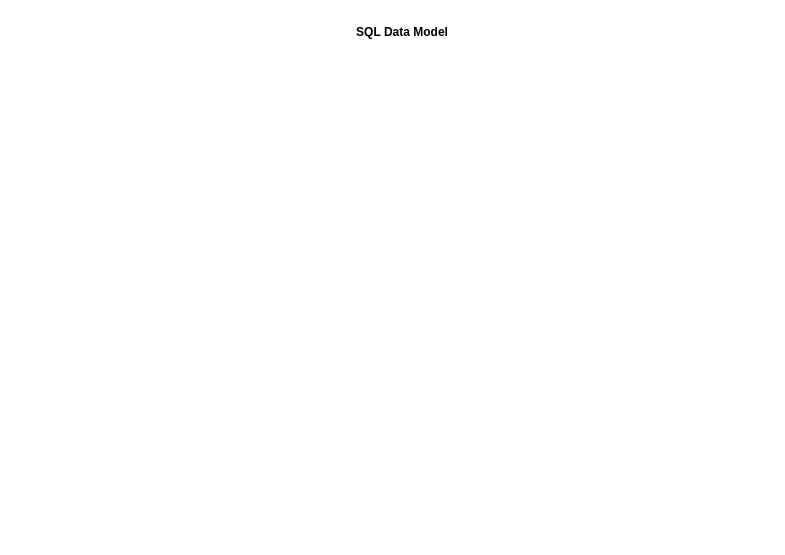
The draw.io diagram page "sql_data_model" (1 of 3) of 2_database_design_impl/assets/exercise_db_design_impl.drawio in alejandro56664-2/final-project-intro-ds-2022-1, before the edit. Source tidied: cells renumbered, new cells numbered last; positions are measured from the earlier drawing's top-left corner, leaving out a move shared by most shapes. Both pictures are drawn from the tidied source at 100%, with x=0, y=0 at pixel (287, 17).
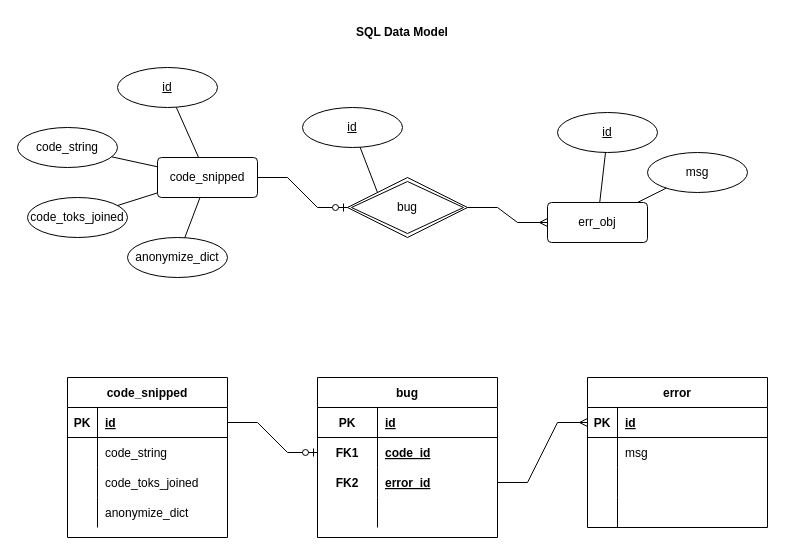
Above is the later version.

The edit, as a diff of the source:
```diff
@@
+    <mxCell id="3" value="code_snipped" style="shape=table;startSize=30;childLayout=tableLayout;rowLines=0;fontStyle=1;align=center;" parent="1" vertex="1">
+      <mxGeometry x="-220" y="360" width="160" height="160" as="geometry" />
+    </mxCell>
+    <mxCell id="4" style="shape=tableRow;horizontal=0;startSize=0;swimlaneHead=0;swimlaneBody=0;fillColor=none;points=[[0,0.5],[1,0.5]];portConstraint=eastwest;top=0;left=0;right=0;bottom=1;" parent="3" vertex="1">
+      <mxGeometry y="30" width="160" height="30" as="geometry" />
+    </mxCell>
+    <mxCell id="5" value="PK" style="shape=partialRectangle;fillColor=none;top=0;left=0;bottom=0;right=0;fontStyle=1;overflow=hidden;" parent="4" vertex="1">
+      <mxGeometry width="30" height="30" as="geometry" />
+    </mxCell>
+    <mxCell id="6" value="id" style="shape=partialRectangle;fillColor=none;top=0;left=0;bottom=0;right=0;align=left;spacingLeft=6;fontStyle=5;overflow=hidden;" parent="4" vertex="1">
+      <mxGeometry x="30" width="130" height="30" as="geometry" />
+    </mxCell>
+    <mxCell id="7" style="shape=tableRow;horizontal=0;startSize=0;swimlaneHead=0;swimlaneBody=0;fillColor=none;top=0;left=0;right=0;bottom=0;" parent="3" vertex="1">
+      <mxGeometry y="60" width="160" height="30" as="geometry" />
+    </mxCell>
+    <mxCell id="8" style="shape=partialRectangle;fillColor=none;top=0;left=0;bottom=0;right=0;overflow=hidden;" parent="7" vertex="1">
+      <mxGeometry width="30" height="30" as="geometry" />
+    </mxCell>
+    <mxCell id="9" value="code_string" style="shape=partialRectangle;fillColor=none;top=0;left=0;bottom=0;right=0;align=left;spacingLeft=6;overflow=hidden;" parent="7" vertex="1">
+      <mxGeometry x="30" width="130" height="30" as="geometry" />
+    </mxCell>
+    <mxCell id="10" style="shape=tableRow;horizontal=0;startSize=0;swimlaneHead=0;swimlaneBody=0;fillColor=none;top=0;left=0;right=0;bottom=0;" parent="3" vertex="1">
+      <mxGeometry y="90" width="160" height="30" as="geometry" />
+    </mxCell>
+    <mxCell id="11" style="shape=partialRectangle;fillColor=none;top=0;left=0;bottom=0;right=0;overflow=hidden;" parent="10" vertex="1">
+      <mxGeometry width="30" height="30" as="geometry" />
+    </mxCell>
+    <mxCell id="12" value="code_toks_joined" style="shape=partialRectangle;fillColor=none;top=0;left=0;bottom=0;right=0;align=left;spacingLeft=6;overflow=hidden;" parent="10" vertex="1">
+      <mxGeometry x="30" width="130" height="30" as="geometry" />
+    </mxCell>
+    <mxCell id="13" style="shape=tableRow;horizontal=0;startSize=0;swimlaneHead=0;swimlaneBody=0;fillColor=none;top=0;left=0;right=0;bottom=0;" parent="3" vertex="1">
+      <mxGeometry y="120" width="160" height="30" as="geometry" />
+    </mxCell>
+    <mxCell id="14" style="shape=partialRectangle;fillColor=none;top=0;left=0;bottom=0;right=0;overflow=hidden;" parent="13" vertex="1">
+      <mxGeometry width="30" height="30" as="geometry" />
+    </mxCell>
+    <mxCell id="15" value="anonymize_dict" style="shape=partialRectangle;fillColor=none;top=0;left=0;bottom=0;right=0;align=left;spacingLeft=6;overflow=hidden;" parent="13" vertex="1">
+      <mxGeometry x="30" width="130" height="30" as="geometry" />
+    </mxCell>
+    <mxCell id="16" value="error" style="shape=table;startSize=30;childLayout=tableLayout;rowLines=0;fontStyle=1;align=center;" parent="1" vertex="1">
+      <mxGeometry x="300" y="360" width="180" height="150" as="geometry" />
+    </mxCell>
+    <mxCell id="17" style="shape=tableRow;horizontal=0;startSize=0;swimlaneHead=0;swimlaneBody=0;fillColor=none;points=[[0,0.5],[1,0.5]];portConstraint=eastwest;top=0;left=0;right=0;bottom=1;" parent="16" vertex="1">
+      <mxGeometry y="30" width="180" height="30" as="geometry" />
+    </mxCell>
+    <mxCell id="18" value="PK" style="shape=partialRectangle;fillColor=none;top=0;left=0;bottom=0;right=0;fontStyle=1;overflow=hidden;" parent="17" vertex="1">
+      <mxGeometry width="30" height="30" as="geometry" />
+    </mxCell>
+    <mxCell id="19" value="id" style="shape=partialRectangle;fillColor=none;top=0;left=0;bottom=0;right=0;align=left;spacingLeft=6;fontStyle=5;overflow=hidden;" parent="17" vertex="1">
+      <mxGeometry x="30" width="150" height="30" as="geometry" />
+    </mxCell>
+    <mxCell id="20" style="shape=tableRow;horizontal=0;startSize=0;swimlaneHead=0;swimlaneBody=0;fillColor=none;top=0;left=0;right=0;bottom=0;" parent="16" vertex="1">
+      <mxGeometry y="60" width="180" height="30" as="geometry" />
+    </mxCell>
+    <mxCell id="21" style="shape=partialRectangle;fillColor=none;top=0;left=0;bottom=0;right=0;overflow=hidden;" parent="20" vertex="1">
+      <mxGeometry width="30" height="30" as="geometry" />
+    </mxCell>
+    <mxCell id="22" value="msg" style="shape=partialRectangle;fillColor=none;top=0;left=0;bottom=0;right=0;align=left;spacingLeft=6;overflow=hidden;" parent="20" vertex="1">
+      <mxGeometry x="30" width="150" height="30" as="geometry" />
+    </mxCell>
+    <mxCell id="23" style="shape=tableRow;horizontal=0;startSize=0;swimlaneHead=0;swimlaneBody=0;fillColor=none;top=0;left=0;right=0;bottom=0;" parent="16" vertex="1">
+      <mxGeometry y="90" width="180" height="30" as="geometry" />
+    </mxCell>
+    <mxCell id="24" style="shape=partialRectangle;fillColor=none;top=0;left=0;bottom=0;right=0;overflow=hidden;" parent="23" vertex="1">
+      <mxGeometry width="30" height="30" as="geometry" />
+    </mxCell>
+    <mxCell id="25" style="shape=partialRectangle;fillColor=none;top=0;left=0;bottom=0;right=0;align=left;spacingLeft=6;overflow=hidden;" parent="23" vertex="1">
+      <mxGeometry x="30" width="150" height="30" as="geometry" />
+    </mxCell>
+    <mxCell id="26" style="shape=tableRow;horizontal=0;startSize=0;swimlaneHead=0;swimlaneBody=0;fillColor=none;top=0;left=0;right=0;bottom=0;" parent="16" vertex="1">
+      <mxGeometry y="120" width="180" height="30" as="geometry" />
+    </mxCell>
+    <mxCell id="27" style="shape=partialRectangle;fillColor=none;top=0;left=0;bottom=0;right=0;overflow=hidden;" parent="26" vertex="1">
+      <mxGeometry width="30" height="30" as="geometry" />
+    </mxCell>
+    <mxCell id="28" style="shape=partialRectangle;fillColor=none;top=0;left=0;bottom=0;right=0;align=left;spacingLeft=6;overflow=hidden;" parent="26" vertex="1">
+      <mxGeometry x="30" width="150" height="30" as="geometry" />
+    </mxCell>
+    <mxCell id="29" value="code_snipped" style="rounded=1;arcSize=10;whiteSpace=wrap;html=1;align=center;" parent="1" vertex="1">
+      <mxGeometry x="-130" y="140" width="100" height="40" as="geometry" />
+    </mxCell>
+    <mxCell id="30" value="bug" style="shape=rhombus;double=1;perimeter=rhombusPerimeter;whiteSpace=wrap;html=1;align=center;" parent="1" vertex="1">
+      <mxGeometry x="60" y="160" width="120" height="60" as="geometry" />
+    </mxCell>
+    <mxCell id="31" value="err_obj" style="rounded=1;arcSize=10;whiteSpace=wrap;html=1;align=center;" parent="1" vertex="1">
+      <mxGeometry x="260" y="185" width="100" height="40" as="geometry" />
+    </mxCell>
+    <mxCell id="32" value="id" style="ellipse;whiteSpace=wrap;html=1;align=center;fontStyle=4;" parent="1" vertex="1">
+      <mxGeometry x="-170" y="50" width="100" height="40" as="geometry" />
+    </mxCell>
+    <mxCell id="33" style="endArrow=none;html=1;rounded=0;" parent="1" edge="1" source="32" target="29">
+      <mxGeometry relative="1" as="geometry" />
+    </mxCell>
+    <mxCell id="34" value="code_string" style="ellipse;whiteSpace=wrap;html=1;align=center;" parent="1" vertex="1">
+      <mxGeometry x="-270" y="110" width="100" height="40" as="geometry" />
+    </mxCell>
+    <mxCell id="35" value="code_toks_joined" style="ellipse;whiteSpace=wrap;html=1;align=center;" parent="1" vertex="1">
+      <mxGeometry x="-260" y="180" width="100" height="40" as="geometry" />
+    </mxCell>
+    <mxCell id="36" value="anonymize_dict" style="ellipse;whiteSpace=wrap;html=1;align=center;" parent="1" vertex="1">
+      <mxGeometry x="-160" y="220" width="100" height="40" as="geometry" />
+    </mxCell>
+    <mxCell id="37" style="endArrow=none;html=1;rounded=0;" parent="1" edge="1" source="34" target="29">
+      <mxGeometry relative="1" as="geometry" />
+    </mxCell>
+    <mxCell id="38" style="endArrow=none;html=1;rounded=0;" parent="1" edge="1" source="35" target="29">
+      <mxGeometry relative="1" as="geometry" />
+    </mxCell>
+    <mxCell id="39" style="endArrow=none;html=1;rounded=0;" parent="1" edge="1" source="36" target="29">
+      <mxGeometry relative="1" as="geometry" />
+    </mxCell>
+    <mxCell id="40" value="msg" style="ellipse;whiteSpace=wrap;html=1;align=center;" parent="1" vertex="1">
+      <mxGeometry x="360" y="135" width="100" height="40" as="geometry" />
+    </mxCell>
+    <mxCell id="41" style="endArrow=none;html=1;rounded=0;" parent="1" edge="1" source="40" target="31">
+      <mxGeometry relative="1" as="geometry" />
+    </mxCell>
+    <mxCell id="42" value="id" style="ellipse;whiteSpace=wrap;html=1;align=center;fontStyle=4;" parent="1" vertex="1">
+      <mxGeometry x="15" y="90" width="100" height="40" as="geometry" />
+    </mxCell>
+    <mxCell id="43" style="endArrow=none;html=1;rounded=0;entryX=0;entryY=0;entryDx=0;entryDy=0;" parent="1" edge="1" source="42" target="30">
+      <mxGeometry relative="1" as="geometry" />
+    </mxCell>
+    <mxCell id="44" value="id" style="ellipse;whiteSpace=wrap;html=1;align=center;fontStyle=4;" parent="1" vertex="1">
+      <mxGeometry x="270" y="95" width="100" height="40" as="geometry" />
+    </mxCell>
+    <mxCell id="45" style="endArrow=none;html=1;rounded=0;" parent="1" edge="1" source="44" target="31">
+      <mxGeometry relative="1" as="geometry" />
+    </mxCell>
+    <mxCell id="46" style="edgeStyle=entityRelationEdgeStyle;fontSize=12;html=1;endArrow=ERmany;rounded=0;exitX=1;exitY=0.5;exitDx=0;exitDy=0;entryX=0;entryY=0.5;entryDx=0;entryDy=0;" parent="1" edge="1" source="30" target="31">
+      <mxGeometry relative="1" as="geometry" />
+    </mxCell>
+    <mxCell id="47" value="bug" style="shape=table;startSize=30;childLayout=tableLayout;rowLines=0;fontStyle=1;align=center;" parent="1" vertex="1">
+      <mxGeometry x="30" y="360" width="180" height="160" as="geometry" />
+    </mxCell>
+    <mxCell id="48" style="shape=tableRow;horizontal=0;startSize=0;swimlaneHead=0;swimlaneBody=0;fillColor=none;top=0;left=0;right=0;bottom=1;" parent="47" vertex="1">
+      <mxGeometry y="30" width="180" height="30" as="geometry" />
+    </mxCell>
+    <mxCell id="49" value="PK" style="shape=partialRectangle;fillColor=none;top=0;left=0;bottom=0;right=0;fontStyle=1;overflow=hidden;" parent="48" vertex="1">
+      <mxGeometry width="60" height="30" as="geometry" />
+    </mxCell>
+    <mxCell id="50" value="id" style="shape=partialRectangle;fillColor=none;top=0;left=0;bottom=0;right=0;align=left;spacingLeft=6;fontStyle=5;overflow=hidden;" parent="48" vertex="1">
+      <mxGeometry x="60" width="120" height="30" as="geometry" />
+    </mxCell>
+    <mxCell id="51" style="shape=tableRow;horizontal=0;startSize=0;swimlaneHead=0;swimlaneBody=0;fillColor=none;points=[[0,0.5],[1,0.5]];portConstraint=eastwest;top=0;left=0;right=0;bottom=0;" parent="47" vertex="1">
+      <mxGeometry y="60" width="180" height="30" as="geometry" />
+    </mxCell>
+    <mxCell id="52" value="FK1" style="shape=partialRectangle;fillColor=none;top=0;left=0;bottom=0;right=0;fontStyle=1;overflow=hidden;" parent="51" vertex="1">
+      <mxGeometry width="60" height="30" as="geometry" />
+    </mxCell>
+    <mxCell id="53" value="code_id" style="shape=partialRectangle;fillColor=none;top=0;left=0;bottom=0;right=0;align=left;spacingLeft=6;fontStyle=5;overflow=hidden;" parent="51" vertex="1">
+      <mxGeometry x="60" width="120" height="30" as="geometry" />
+    </mxCell>
+    <mxCell id="54" style="shape=tableRow;horizontal=0;startSize=0;swimlaneHead=0;swimlaneBody=0;fillColor=none;points=[[0,0.5],[1,0.5]];portConstraint=eastwest;top=0;left=0;right=0;bottom=0;" parent="47" vertex="1">
+      <mxGeometry y="90" width="180" height="30" as="geometry" />
+    </mxCell>
+    <mxCell id="55" value="FK2" style="shape=partialRectangle;fillColor=none;top=0;left=0;bottom=0;right=0;overflow=hidden;fontStyle=1;" parent="54" vertex="1">
+      <mxGeometry width="60" height="30" as="geometry" />
+    </mxCell>
+    <mxCell id="56" value="error_id" style="shape=partialRectangle;fillColor=none;top=0;left=0;bottom=0;right=0;align=left;spacingLeft=6;overflow=hidden;fontStyle=5;" parent="54" vertex="1">
+      <mxGeometry x="60" width="120" height="30" as="geometry" />
+    </mxCell>
+    <mxCell id="57" style="shape=tableRow;horizontal=0;startSize=0;swimlaneHead=0;swimlaneBody=0;fillColor=none;top=0;left=0;right=0;bottom=0;" parent="47" vertex="1">
+      <mxGeometry y="120" width="180" height="30" as="geometry" />
+    </mxCell>
+    <mxCell id="58" style="shape=partialRectangle;fillColor=none;top=0;left=0;bottom=0;right=0;overflow=hidden;" parent="57" vertex="1">
+      <mxGeometry width="60" height="30" as="geometry" />
+    </mxCell>
+    <mxCell id="59" style="shape=partialRectangle;fillColor=none;top=0;left=0;bottom=0;right=0;align=left;spacingLeft=6;overflow=hidden;" parent="57" vertex="1">
+      <mxGeometry x="60" width="120" height="30" as="geometry" />
+    </mxCell>
+    <mxCell id="60" style="edgeStyle=entityRelationEdgeStyle;fontSize=12;html=1;endArrow=ERzeroToOne;endFill=1;rounded=0;exitX=1;exitY=0.5;exitDx=0;exitDy=0;entryX=0;entryY=0.5;entryDx=0;entryDy=0;" parent="1" edge="1" source="29" target="30">
+      <mxGeometry relative="1" as="geometry" />
+    </mxCell>
+    <mxCell id="61" style="edgeStyle=entityRelationEdgeStyle;fontSize=12;html=1;endArrow=ERzeroToOne;endFill=1;rounded=0;exitX=1;exitY=0.5;exitDx=0;exitDy=0;entryX=0;entryY=0.5;entryDx=0;entryDy=0;" parent="1" edge="1" source="4" target="51">
+      <mxGeometry relative="1" as="geometry" />
+    </mxCell>
+    <mxCell id="62" style="edgeStyle=entityRelationEdgeStyle;fontSize=12;html=1;endArrow=ERmany;rounded=0;exitX=1;exitY=0.5;exitDx=0;exitDy=0;entryX=0;entryY=0.5;entryDx=0;entryDy=0;" parent="1" edge="1" source="54" target="17">
+      <mxGeometry relative="1" as="geometry" />
+    </mxCell>
```
